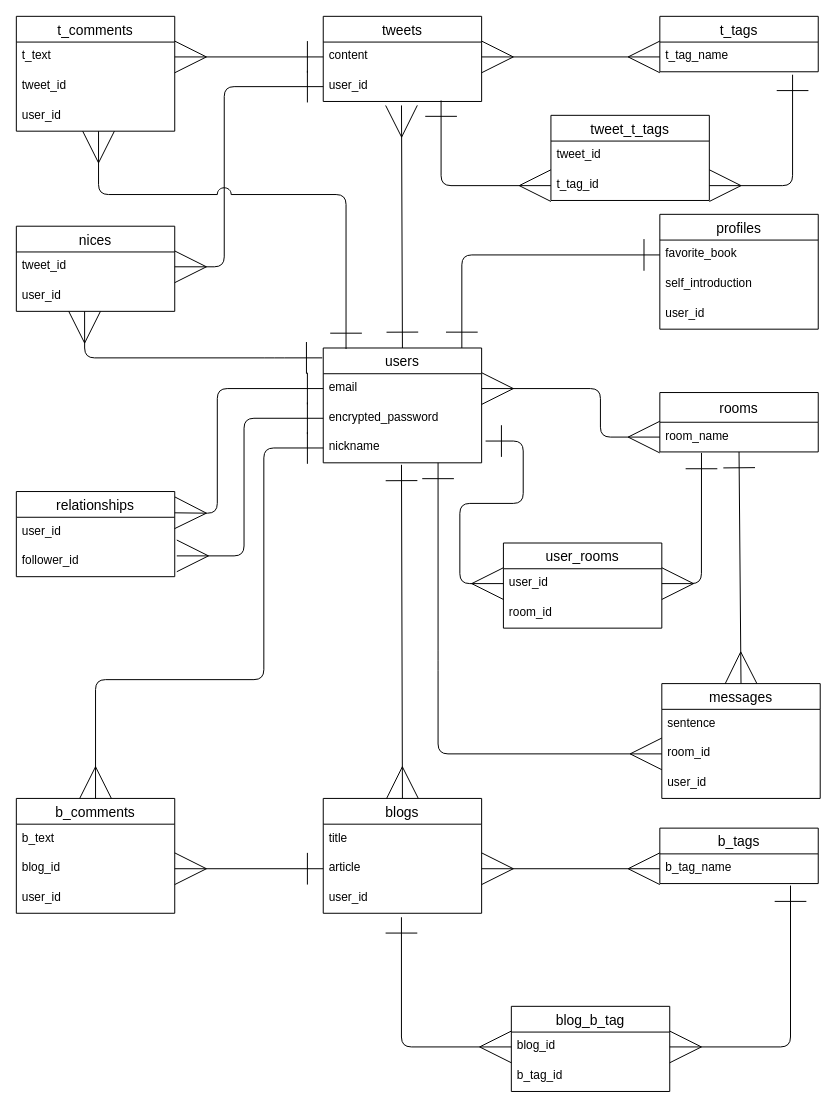
The draw.io diagram datebase.dio in SeiyaTanio/bookdisc, before the edit. Source tidied: cells renumbered, new cells numbered last; positions are measured from the earlier drawing's top-left corner, leaving out a move shared by most shapes. Both pictures are drawn from the tidied source at 99%, with x=0, y=0 at pixel (16, 16).
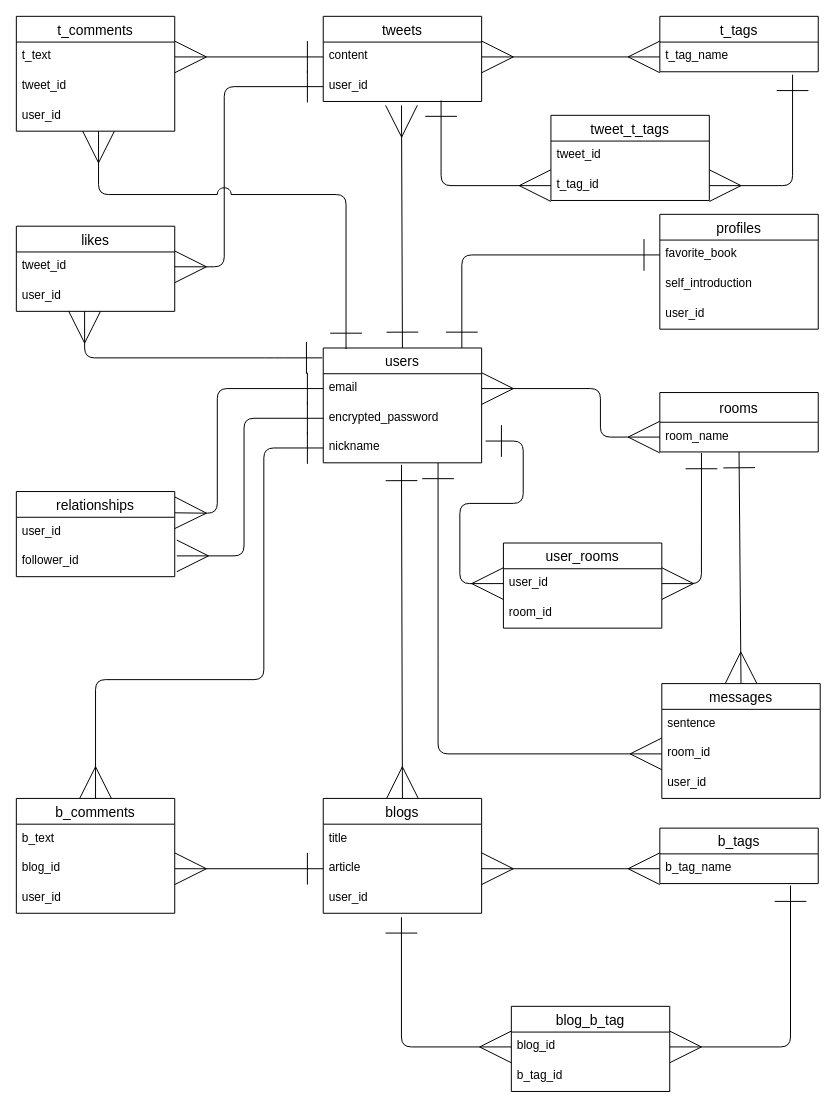
After the change.

Commit message (it also covers changes not shown here):
ER図、READMEの修正

What changed in the source:
```diff
@@
-    <mxCell id="23" value="nices" style="swimlane;fontStyle=0;horizontal=1;startSize=26;align=center;fontSize=14;" parent="1" vertex="1">
+    <mxCell id="23" value="likes" style="swimlane;fontStyle=0;horizontal=1;startSize=26;align=center;fontSize=14;" parent="1" vertex="1">
       <mxGeometry y="212" width="160" height="86" as="geometry" />
     </mxCell>
```
